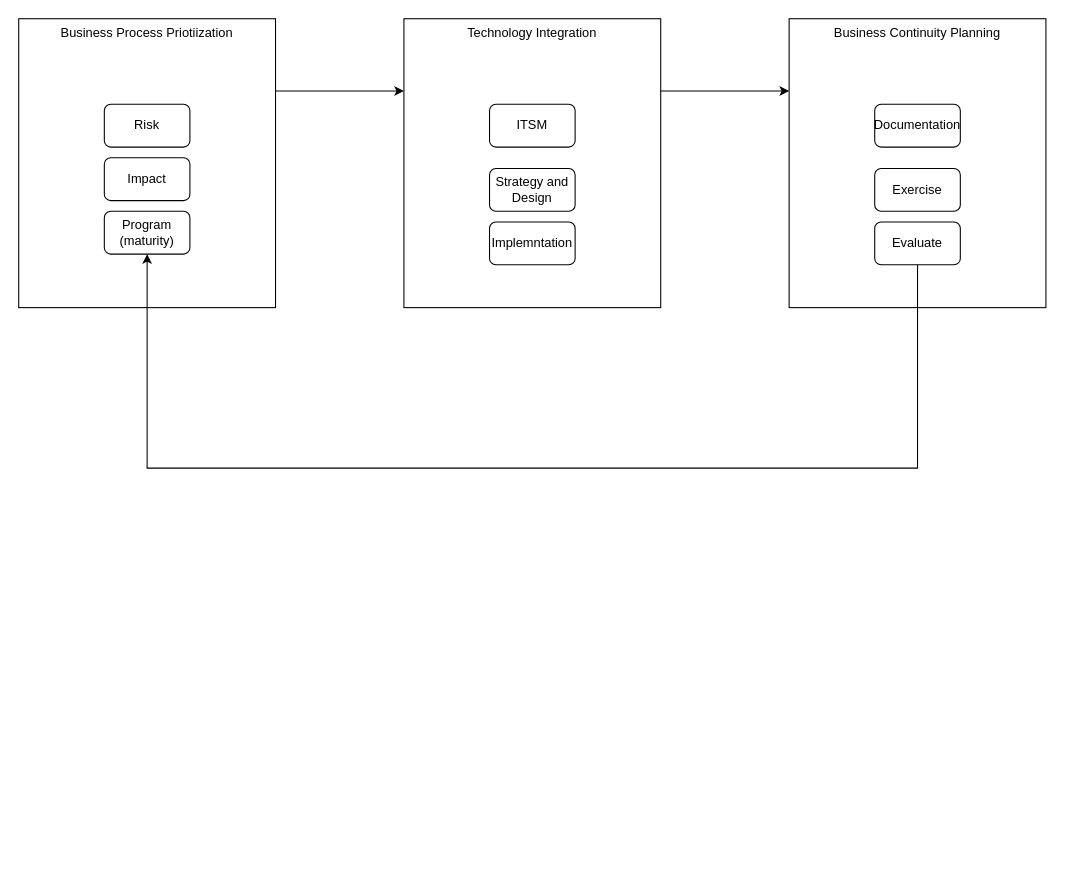
Before: page "BCPM" (19 of 19) of disaster-recovery.drawio in bpayt2/temp, a draw.io diagram. Source tidied: cells renumbered, new cells numbered last; positions are measured from the earlier drawing's top-left corner, leaving out a move shared by most shapes. Both pictures are drawn from the tidied source at 107%, with x=0, y=0 at pixel (18, 18).
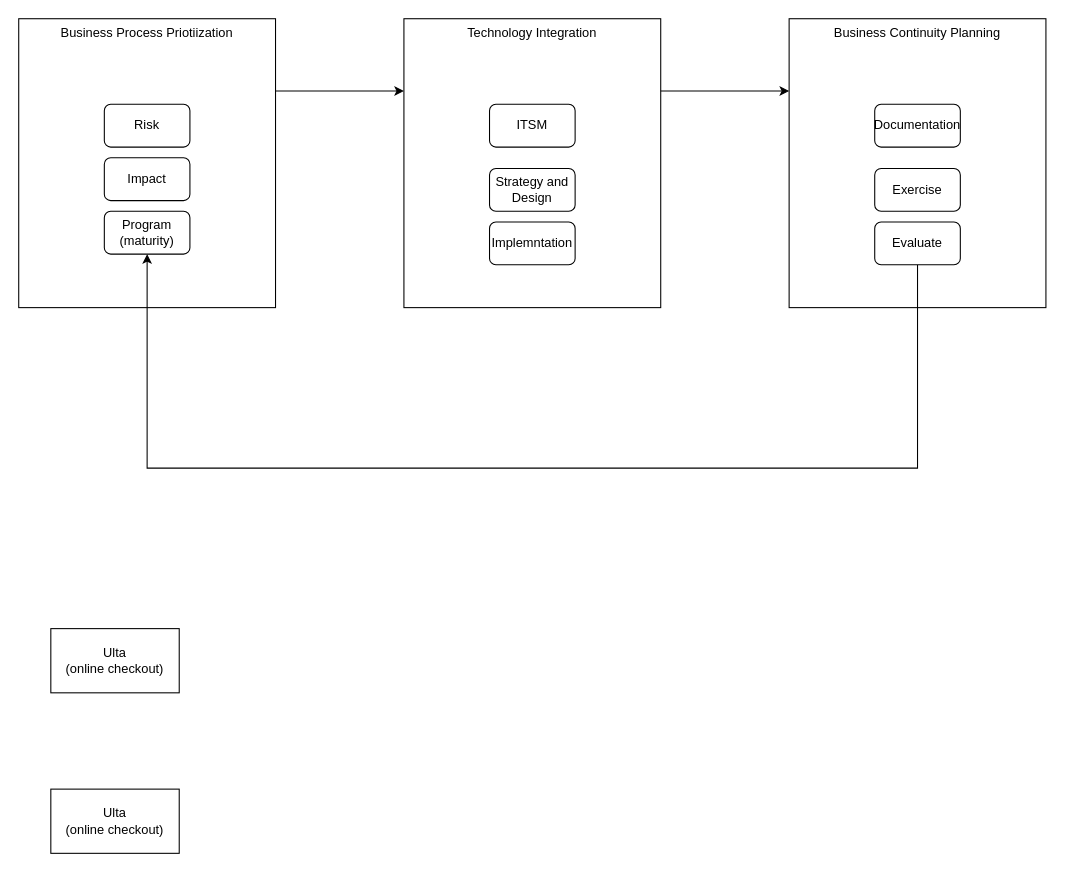
After the change.

Change to the diagram source:
```diff
@@
+    <mxCell id="17" value="Ulta&lt;br&gt;(online checkout)" style="rounded=0;whiteSpace=wrap;html=1;" parent="1" vertex="1">
+      <mxGeometry x="30" y="570" width="120" height="60" as="geometry" />
+    </mxCell>
+    <mxCell id="18" value="Ulta&lt;br&gt;(online checkout)" style="rounded=0;whiteSpace=wrap;html=1;" parent="1" vertex="1">
+      <mxGeometry x="30" y="720" width="120" height="60" as="geometry" />
+    </mxCell>
```
